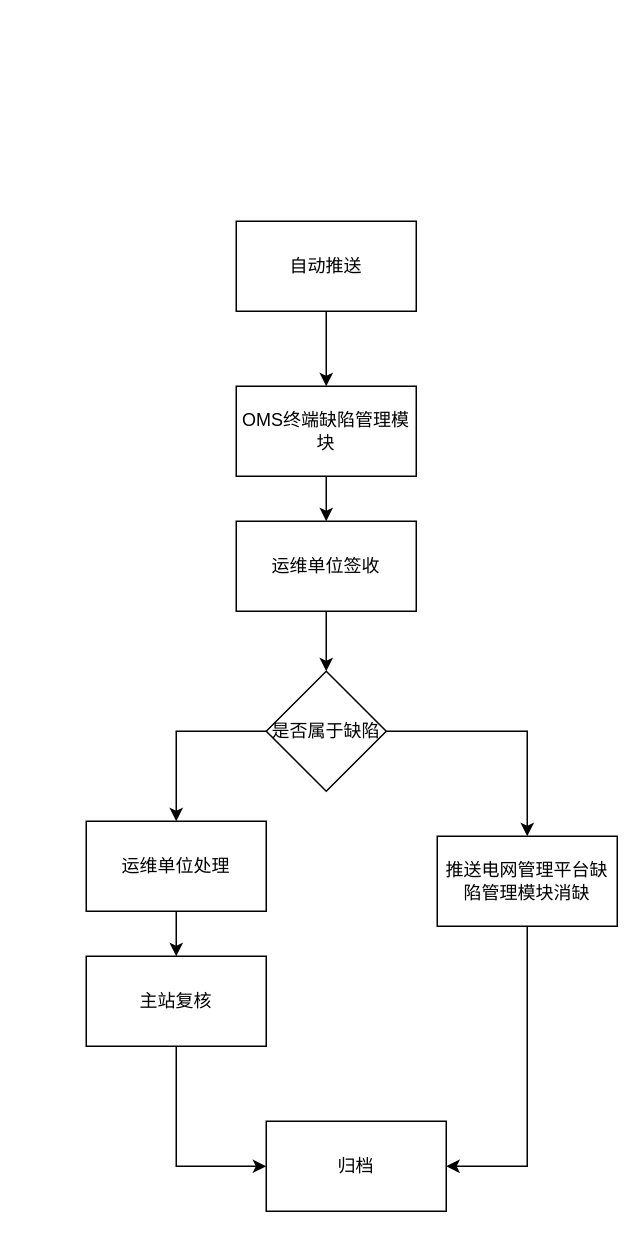
Before: 管理流程.drawio in LieCoding/pwjkd, a draw.io diagram. Source tidied: cells renumbered, new cells numbered last; positions are measured from the earlier drawing's top-left corner, leaving out a move shared by most shapes. Both pictures are drawn from the tidied source at 150%, with x=0, y=0 at pixel (86, 220).
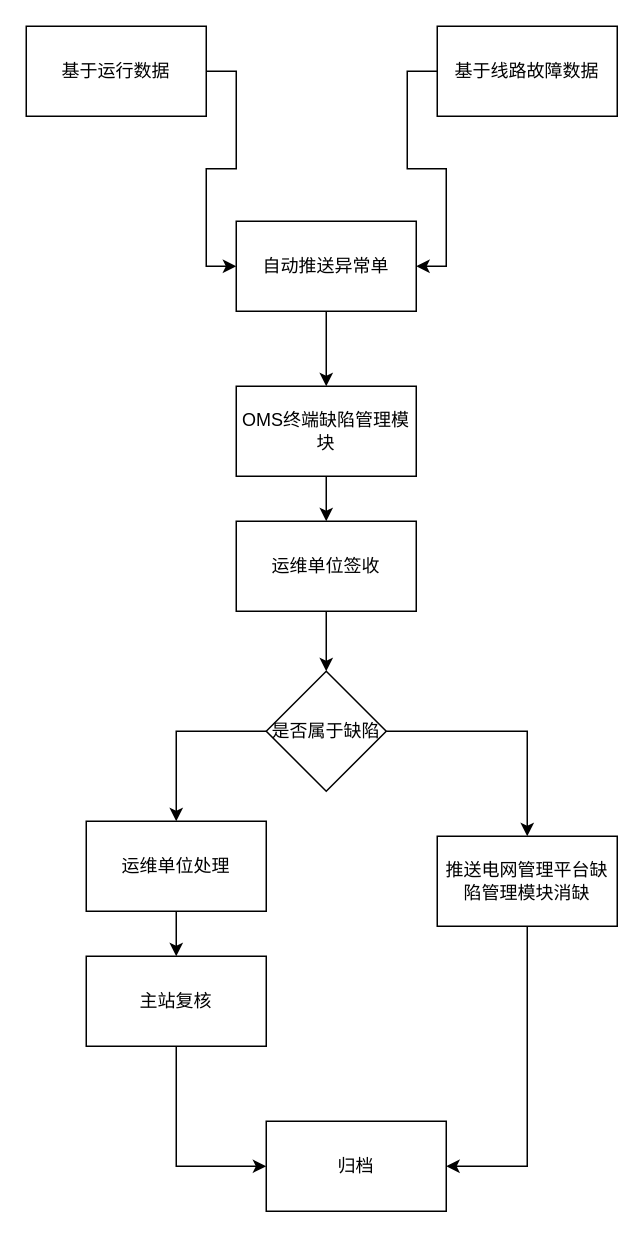
After the change.

Commit message:
更新管理流程.drawio

Change to the diagram source:
```diff
@@
-    <mxCell id="3" value="自动推送" style="rounded=0;whiteSpace=wrap;html=1;" parent="1" vertex="1">
+    <mxCell id="3" value="自动推送异常单" style="rounded=0;whiteSpace=wrap;html=1;" parent="1" vertex="1">
       <mxGeometry x="100" width="120" height="60" as="geometry" />
     </mxCell>
@@
+    <mxCell id="18" style="edgeStyle=orthogonalEdgeStyle;rounded=0;jettySize=auto;html=1;entryX=0;entryY=0.5;entryDx=0;entryDy=0;" parent="1" edge="1" source="19" target="3">
+      <mxGeometry relative="1" as="geometry" />
+    </mxCell>
+    <mxCell id="19" value="基于运行数据" style="rounded=0;whiteSpace=wrap;html=1;" parent="1" vertex="1">
+      <mxGeometry x="-40" y="-130" width="120" height="60" as="geometry" />
+    </mxCell>
+    <mxCell id="20" style="edgeStyle=orthogonalEdgeStyle;rounded=0;jettySize=auto;html=1;entryX=1;entryY=0.5;entryDx=0;entryDy=0;" parent="1" edge="1" source="21" target="3">
+      <mxGeometry relative="1" as="geometry" />
+    </mxCell>
+    <mxCell id="21" value="基于线路故障数据" style="rounded=0;whiteSpace=wrap;html=1;" parent="1" vertex="1">
+      <mxGeometry x="234" y="-130" width="120" height="60" as="geometry" />
+    </mxCell>
```
